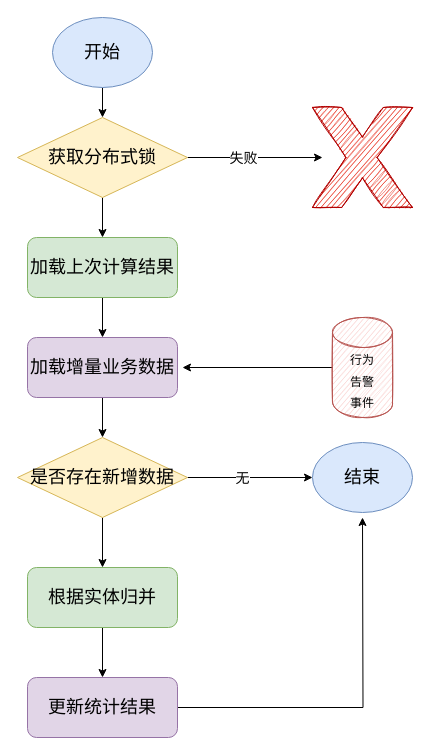
Above: 增量计算任务.drawio in Rocks526/picture-repository (draw.io), before the change. Source tidied: cells renumbered, new cells numbered last; positions are measured from the earlier drawing's top-left corner, leaving out a move shared by most shapes. Both pictures are drawn from the tidied source at 100%, with x=0, y=0 at pixel (17, 17).
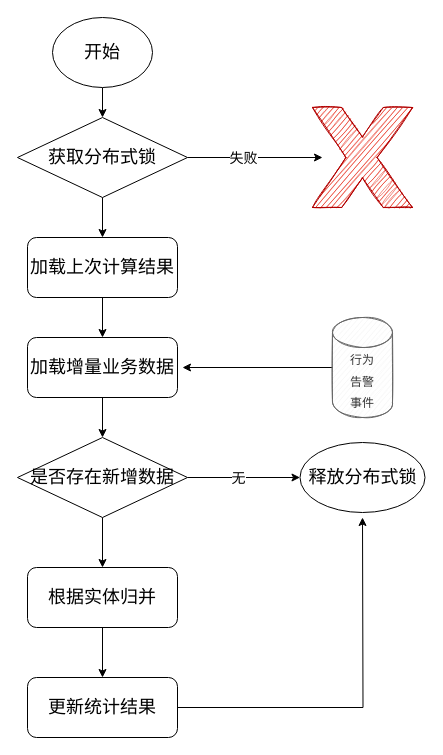
Above is the later version.

Commit message (it also covers changes not shown here):
更新增量计算任务.drawio

The edit, as a diff of the source:
```diff
@@
-    <mxCell id="3" value="&lt;font style=&quot;font-size: 18px;&quot;&gt;开始&lt;/font&gt;" style="ellipse;whiteSpace=wrap;html=1;fillColor=#dae8fc;strokeColor=#6c8ebf;" parent="1" vertex="1">
+    <mxCell id="3" value="&lt;font style=&quot;font-size: 18px;&quot;&gt;开始&lt;/font&gt;" style="ellipse;whiteSpace=wrap;html=1;" parent="1" vertex="1">
       <mxGeometry x="35" width="100" height="70" as="geometry" />
     </mxCell>
@@
-    <mxCell id="7" value="获取分布式锁" style="rhombus;whiteSpace=wrap;html=1;fontSize=18;fillColor=#fff2cc;strokeColor=#d6b656;" parent="1" vertex="1">
+    <mxCell id="7" value="获取分布式锁" style="rhombus;whiteSpace=wrap;html=1;fontSize=18;" parent="1" vertex="1">
       <mxGeometry y="100" width="170" height="80" as="geometry" />
     </mxCell>
@@
-    <mxCell id="9" value="加载上次计算结果" style="rounded=1;whiteSpace=wrap;html=1;fontSize=18;fillColor=#d5e8d4;strokeColor=#82b366;" parent="1" vertex="1">
+    <mxCell id="9" value="加载上次计算结果" style="rounded=1;whiteSpace=wrap;html=1;fontSize=18;" parent="1" vertex="1">
       <mxGeometry x="10" y="220" width="150" height="60" as="geometry" />
     </mxCell>
@@
-    <mxCell id="11" value="加载增量业务数据" style="rounded=1;whiteSpace=wrap;html=1;fontSize=18;fillColor=#e1d5e7;strokeColor=#9673a6;" parent="1" vertex="1">
+    <mxCell id="11" value="加载增量业务数据" style="rounded=1;whiteSpace=wrap;html=1;fontSize=18;" parent="1" vertex="1">
       <mxGeometry x="10" y="320" width="150" height="60" as="geometry" />
     </mxCell>
@@
-    <mxCell id="15" value="是否存在新增数据" style="rhombus;whiteSpace=wrap;html=1;fontSize=18;fillColor=#fff2cc;strokeColor=#d6b656;" parent="1" vertex="1">
+    <mxCell id="15" value="是否存在新增数据" style="rhombus;whiteSpace=wrap;html=1;fontSize=18;" parent="1" vertex="1">
       <mxGeometry y="420" width="170" height="80" as="geometry" />
     </mxCell>
@@
-    <mxCell id="17" value="根据实体归并" style="rounded=1;whiteSpace=wrap;html=1;fontSize=18;fillColor=#d5e8d4;strokeColor=#82b366;" parent="1" vertex="1">
+    <mxCell id="17" value="根据实体归并" style="rounded=1;whiteSpace=wrap;html=1;fontSize=18;" parent="1" vertex="1">
       <mxGeometry x="10" y="550" width="150" height="60" as="geometry" />
     </mxCell>
@@
-    <mxCell id="19" value="更新统计结果" style="rounded=1;whiteSpace=wrap;html=1;fontSize=18;fillColor=#e1d5e7;strokeColor=#9673a6;" parent="1" vertex="1">
+    <mxCell id="19" value="更新统计结果" style="rounded=1;whiteSpace=wrap;html=1;fontSize=18;" parent="1" vertex="1">
       <mxGeometry x="10" y="660" width="150" height="60" as="geometry" />
     </mxCell>
@@
-    <mxCell id="21" value="&lt;font style=&quot;font-size: 12px;&quot;&gt;行为&lt;br&gt;告警&lt;br&gt;事件&lt;/font&gt;" style="shape=cylinder3;whiteSpace=wrap;html=1;boundedLbl=1;backgroundOutline=1;size=15;fontSize=18;fillColor=#f8cecc;strokeColor=#b85450;sketch=1;" parent="1" vertex="1">
+    <mxCell id="21" value="&lt;font style=&quot;font-size: 12px;&quot;&gt;行为&lt;br&gt;告警&lt;br&gt;事件&lt;/font&gt;" style="shape=cylinder3;whiteSpace=wrap;html=1;boundedLbl=1;backgroundOutline=1;size=15;fontSize=18;fillColor=#f5f5f5;strokeColor=#666666;sketch=1;fontColor=#333333;" parent="1" vertex="1">
       <mxGeometry x="315" y="300" width="60" height="100" as="geometry" />
     </mxCell>
-    <mxCell id="22" value="&lt;font style=&quot;font-size: 18px;&quot;&gt;结束&lt;/font&gt;" style="ellipse;whiteSpace=wrap;html=1;fillColor=#dae8fc;strokeColor=#6c8ebf;" parent="1" vertex="1">
-      <mxGeometry x="295" y="425" width="100" height="70" as="geometry" />
+    <mxCell id="22" value="&lt;font style=&quot;font-size: 18px;&quot;&gt;释放分布式锁&lt;/font&gt;" style="ellipse;whiteSpace=wrap;html=1;" parent="1" vertex="1">
+      <mxGeometry x="282.5" y="425" width="125" height="70" as="geometry" />
     </mxCell>
```
